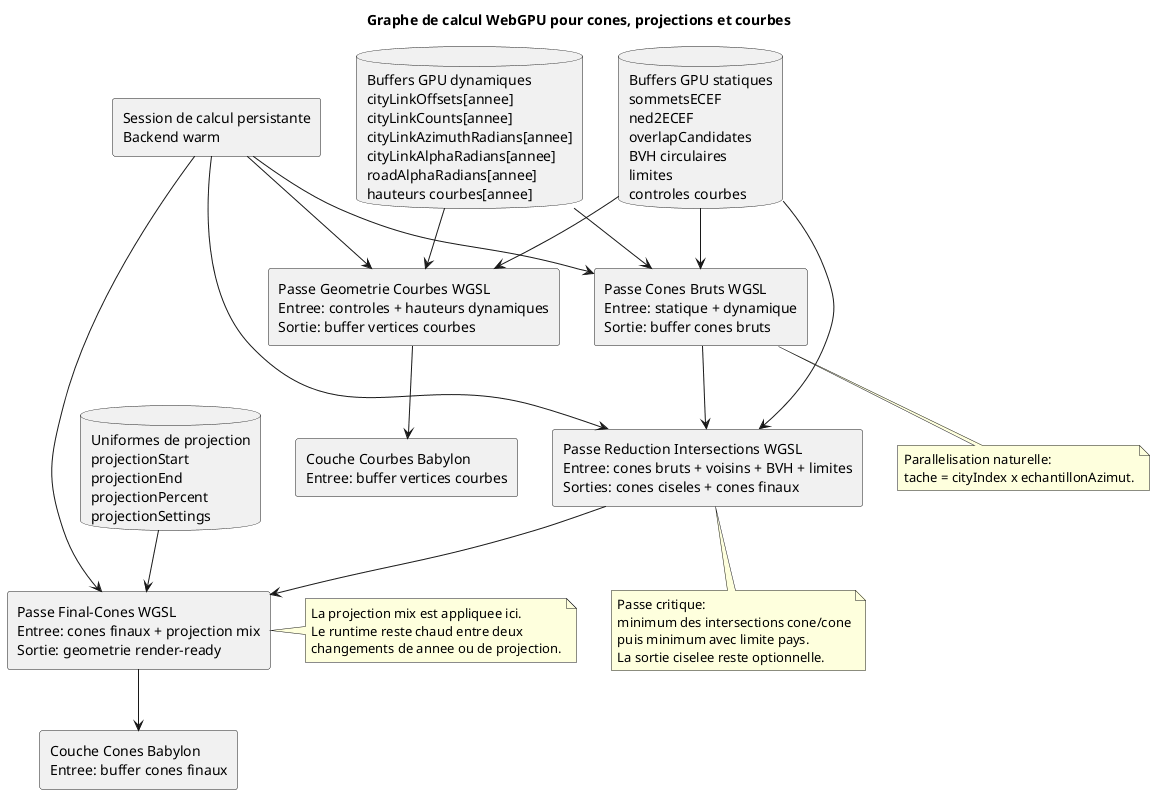
The PlantUML diagram docs/diagrams/precompute/05-webgpu-compute-graph.png in kaktus40/shriveling_world, before a commit.
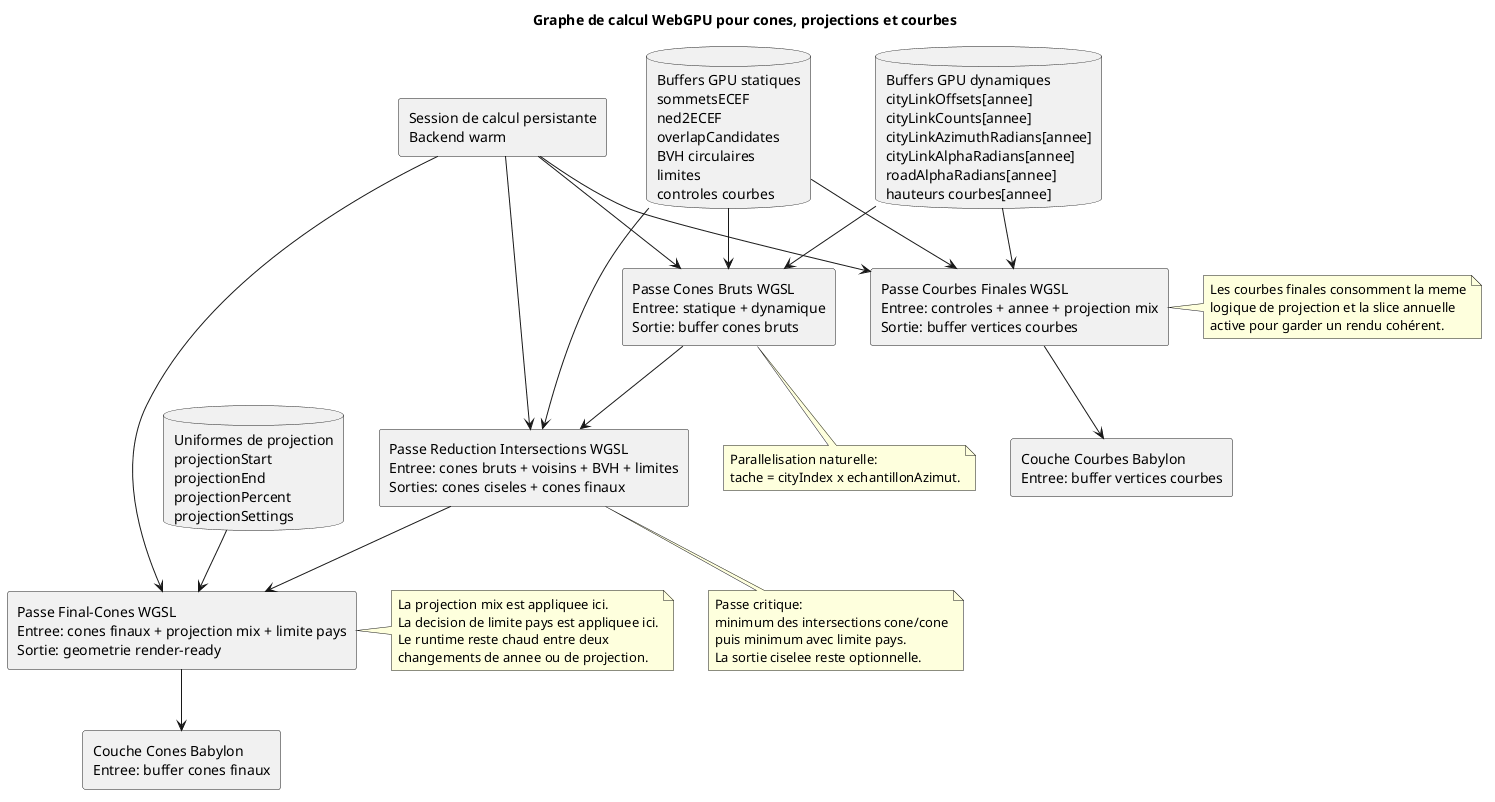
The same file after the commit.

What changed in the source:
```diff
@@ -10,8 +10,8 @@
 
 component "Passe Cones Bruts WGSL\nEntree: statique + dynamique\nSortie: buffer cones bruts" as raw
 component "Passe Reduction Intersections WGSL\nEntree: cones bruts + voisins + BVH + limites\nSorties: cones ciseles + cones finaux" as intersect
-component "Passe Final-Cones WGSL\nEntree: cones finaux + projection mix\nSortie: geometrie render-ready" as finalCones
-component "Passe Geometrie Courbes WGSL\nEntree: controles + hauteurs dynamiques\nSortie: buffer vertices courbes" as curve
+component "Passe Final-Cones WGSL\nEntree: cones finaux + projection mix + limite pays\nSortie: geometrie render-ready" as finalCones
+component "Passe Courbes Finales WGSL\nEntree: controles + annee + projection mix\nSortie: buffer vertices courbes" as curve
 component "Couche Cones Babylon\nEntree: buffer cones finaux" as coneLayer
 component "Couche Courbes Babylon\nEntree: buffer vertices courbes" as curveLayer
 
@@ -44,7 +44,14 @@
 
 note right of finalCones
   La projection mix est appliquee ici.
+  La decision de limite pays est appliquee ici.
   Le runtime reste chaud entre deux
   changements de annee ou de projection.
 end note
+
+note right of curve
+  Les courbes finales consomment la meme
+  logique de projection et la slice annuelle
+  active pour garder un rendu cohérent.
+end note
 @enduml
```
